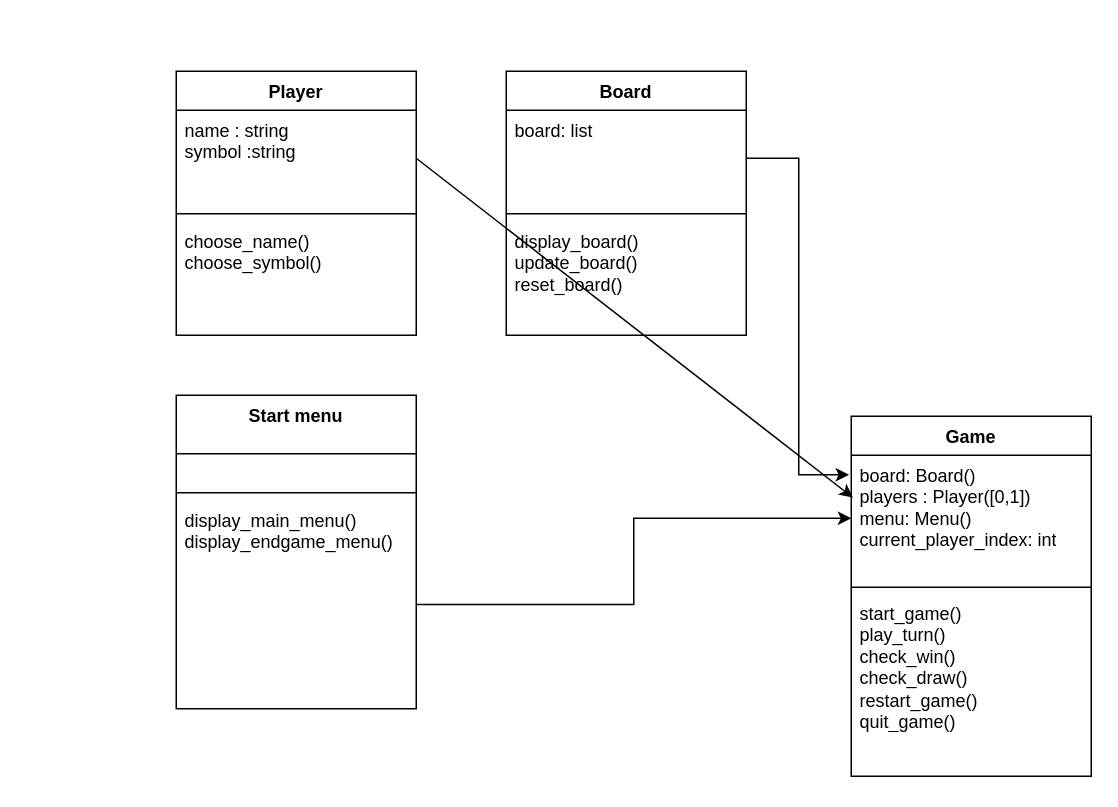
Above: Untitled Diagram.drawio in EbrahemHesham/python-mini-projects (draw.io), before the change. Source tidied: cells renumbered, new cells numbered last; positions are measured from the earlier drawing's top-left corner, leaving out a move shared by most shapes. Both pictures are drawn from the tidied source at 150%, with x=0, y=0 at pixel (176, -200).
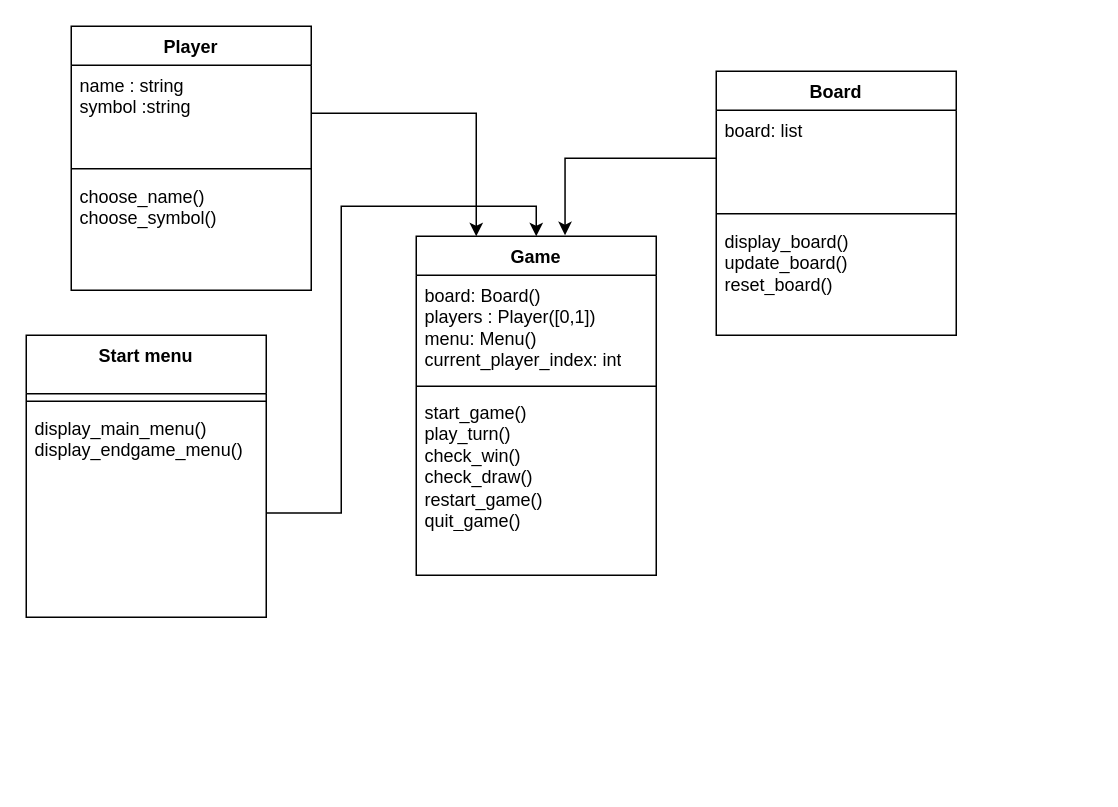
The same page after the edit.

Commit message:
Tic Tac Toe.drawio

Unchanged cells that the change refers to:
```xml
<mxCell id="6" value="name : string&lt;div&gt;symbol :string&lt;/div&gt;" style="text;strokeColor=none;fillColor=none;align=left;verticalAlign=top;spacingLeft=4;spacingRight=4;overflow=hidden;points=[[0,0.5],[1,0.5]];portConstraint=eastwest;whiteSpace=wrap;html=1;" parent="5" vertex="1">
  <mxGeometry y="26" width="160" height="64" as="geometry" />
</mxCell>
<mxCell id="10" value="board: list&lt;div&gt;&lt;br&gt;&lt;/div&gt;" style="text;strokeColor=none;fillColor=none;align=left;verticalAlign=top;spacingLeft=4;spacingRight=4;overflow=hidden;points=[[0,0.5],[1,0.5]];portConstraint=eastwest;whiteSpace=wrap;html=1;" parent="9" vertex="1">
  <mxGeometry y="26" width="160" height="64" as="geometry" />
</mxCell>
```

Change to the diagram source:
```diff
@@
     <mxCell id="5" value="Player" style="swimlane;fontStyle=1;align=center;verticalAlign=top;horizontal=1;startSize=26;whiteSpace=wrap;html=1;" parent="1" vertex="1">
-      <mxGeometry y="180" width="160" height="176" as="geometry" />
+      <mxGeometry x="-70" y="150" width="160" height="176" as="geometry" />
     </mxCell>
@@
     <mxCell id="9" value="Board" style="swimlane;fontStyle=1;align=center;verticalAlign=top;horizontal=1;startSize=26;whiteSpace=wrap;html=1;" parent="1" vertex="1">
-      <mxGeometry x="220" y="180" width="160" height="176" as="geometry" />
+      <mxGeometry x="360" y="180" width="160" height="176" as="geometry" />
     </mxCell>
@@
     <mxCell id="13" value="Start menu" style="swimlane;fontStyle=1;align=center;verticalAlign=top;horizontal=1;startSize=39;whiteSpace=wrap;html=1;" parent="1" vertex="1">
-      <mxGeometry y="396" width="160" height="209" as="geometry" />
+      <mxGeometry x="-100" y="356" width="160" height="188" as="geometry" />
     </mxCell>
-    <mxCell id="14" value="&lt;div&gt;&lt;br&gt;&lt;/div&gt;" style="text;strokeColor=none;fillColor=none;align=left;verticalAlign=top;spacingLeft=4;spacingRight=4;overflow=hidden;whiteSpace=wrap;html=1;" parent="13" vertex="1">
-      <mxGeometry y="39" width="160" height="21" as="geometry" />
-    </mxCell>
     <mxCell id="15" style="line;strokeWidth=1;fillColor=none;align=left;verticalAlign=middle;spacingTop=-1;spacingLeft=3;spacingRight=3;labelPosition=right;strokeColor=inherit;" parent="13" vertex="1">
-      <mxGeometry y="60" width="160" height="10" as="geometry" />
+      <mxGeometry y="39" width="160" height="10" as="geometry" />
     </mxCell>
     <mxCell id="16" value="&lt;div&gt;display_main_menu()&lt;/div&gt;&lt;div&gt;display_endgame_menu()&lt;/div&gt;" style="text;strokeColor=none;fillColor=none;align=left;verticalAlign=top;spacingLeft=4;spacingRight=4;overflow=hidden;points=[[0,0.5],[1,0.5]];portConstraint=eastwest;whiteSpace=wrap;html=1;" parent="13" vertex="1">
-      <mxGeometry y="70" width="160" height="139" as="geometry" />
+      <mxGeometry y="49" width="160" height="139" as="geometry" />
     </mxCell>
     <mxCell id="17" value="Game" style="swimlane;fontStyle=1;align=center;verticalAlign=top;horizontal=1;startSize=26;whiteSpace=wrap;html=1;" parent="1" vertex="1">
-      <mxGeometry x="450" y="410" width="160" height="240" as="geometry" />
+      <mxGeometry x="160" y="290" width="160" height="226" as="geometry" />
     </mxCell>
     <mxCell id="18" value="board: Board()&lt;div&gt;players : Player([0,1])&lt;/div&gt;&lt;div&gt;menu: Menu()&lt;/div&gt;&lt;div&gt;current_player_index: int&lt;/div&gt;" style="text;strokeColor=none;fillColor=none;align=left;verticalAlign=top;spacingLeft=4;spacingRight=4;overflow=hidden;points=[[0,0.5],[1,0.5]];portConstraint=eastwest;whiteSpace=wrap;html=1;" parent="17" vertex="1">
-      <mxGeometry y="26" width="160" height="84" as="geometry" />
+      <mxGeometry y="26" width="160" height="70" as="geometry" />
     </mxCell>
     <mxCell id="19" style="line;strokeWidth=1;fillColor=none;align=left;verticalAlign=middle;spacingTop=-1;spacingLeft=3;spacingRight=3;labelPosition=right;strokeColor=inherit;" parent="17" vertex="1">
-      <mxGeometry y="110" width="160" height="8" as="geometry" />
+      <mxGeometry y="96" width="160" height="8" as="geometry" />
     </mxCell>
     <mxCell id="20" value="start_game()&lt;div&gt;play_turn()&lt;/div&gt;&lt;div&gt;check_win()&lt;/div&gt;&lt;div&gt;check_draw()&lt;/div&gt;&lt;div&gt;restart_game()&lt;/div&gt;&lt;div&gt;quit_game()&lt;/div&gt;" style="text;strokeColor=none;fillColor=none;align=left;verticalAlign=top;spacingLeft=4;spacingRight=4;overflow=hidden;whiteSpace=wrap;html=1;" parent="17" vertex="1">
-      <mxGeometry y="118" width="160" height="122" as="geometry" />
+      <mxGeometry y="104" width="160" height="122" as="geometry" />
     </mxCell>
-    <mxCell id="21" style="rounded=0;jettySize=auto;html=1;exitX=1;exitY=0.5;exitDx=0;exitDy=0;entryX=0.007;entryY=0.336;entryDx=0;entryDy=0;entryPerimeter=0;" parent="1" edge="1" source="6" target="18">
-      <mxGeometry relative="1" as="geometry" />
-    </mxCell>
-    <mxCell id="22" style="edgeStyle=orthogonalEdgeStyle;rounded=0;jettySize=auto;html=1;exitX=1;exitY=0.5;exitDx=0;exitDy=0;entryX=-0.009;entryY=0.155;entryDx=0;entryDy=0;entryPerimeter=0;" parent="1" edge="1" source="10" target="18">
-      <mxGeometry relative="1" as="geometry" />
-    </mxCell>
-    <mxCell id="23" style="edgeStyle=orthogonalEdgeStyle;rounded=0;jettySize=auto;html=1;entryX=0;entryY=0.5;entryDx=0;entryDy=0;" parent="1" edge="1" source="16" target="18">
-      <mxGeometry relative="1" as="geometry" />
-    </mxCell>
+    <mxCell id="24" style="rounded=0;jettySize=auto;html=1;exitX=0;exitY=0.5;exitDx=0;exitDy=0;entryX=0.62;entryY=-0.003;entryDx=0;entryDy=0;entryPerimeter=0;edgeStyle=orthogonalEdgeStyle;" parent="1" edge="1" source="10" target="17">
+      <mxGeometry relative="1" as="geometry" />
+    </mxCell>
+    <mxCell id="25" style="edgeStyle=orthogonalEdgeStyle;rounded=0;jettySize=auto;html=1;exitX=1;exitY=0.5;exitDx=0;exitDy=0;entryX=0.25;entryY=0;entryDx=0;entryDy=0;" parent="1" edge="1" source="6" target="17">
+      <mxGeometry relative="1" as="geometry" />
+    </mxCell>
+    <mxCell id="14" value="&lt;div&gt;&lt;br&gt;&lt;/div&gt;" style="text;strokeColor=none;fillColor=none;align=left;verticalAlign=top;spacingLeft=4;spacingRight=4;overflow=hidden;whiteSpace=wrap;html=1;" parent="1" vertex="1">
+      <mxGeometry x="-100" y="395" width="160" height="21" as="geometry" />
+    </mxCell>
+    <mxCell id="26" style="edgeStyle=orthogonalEdgeStyle;rounded=0;jettySize=auto;html=1;entryX=0.5;entryY=0;entryDx=0;entryDy=0;" parent="1" edge="1" source="16" target="17">
+      <mxGeometry relative="1" as="geometry" />
+    </mxCell>
```
